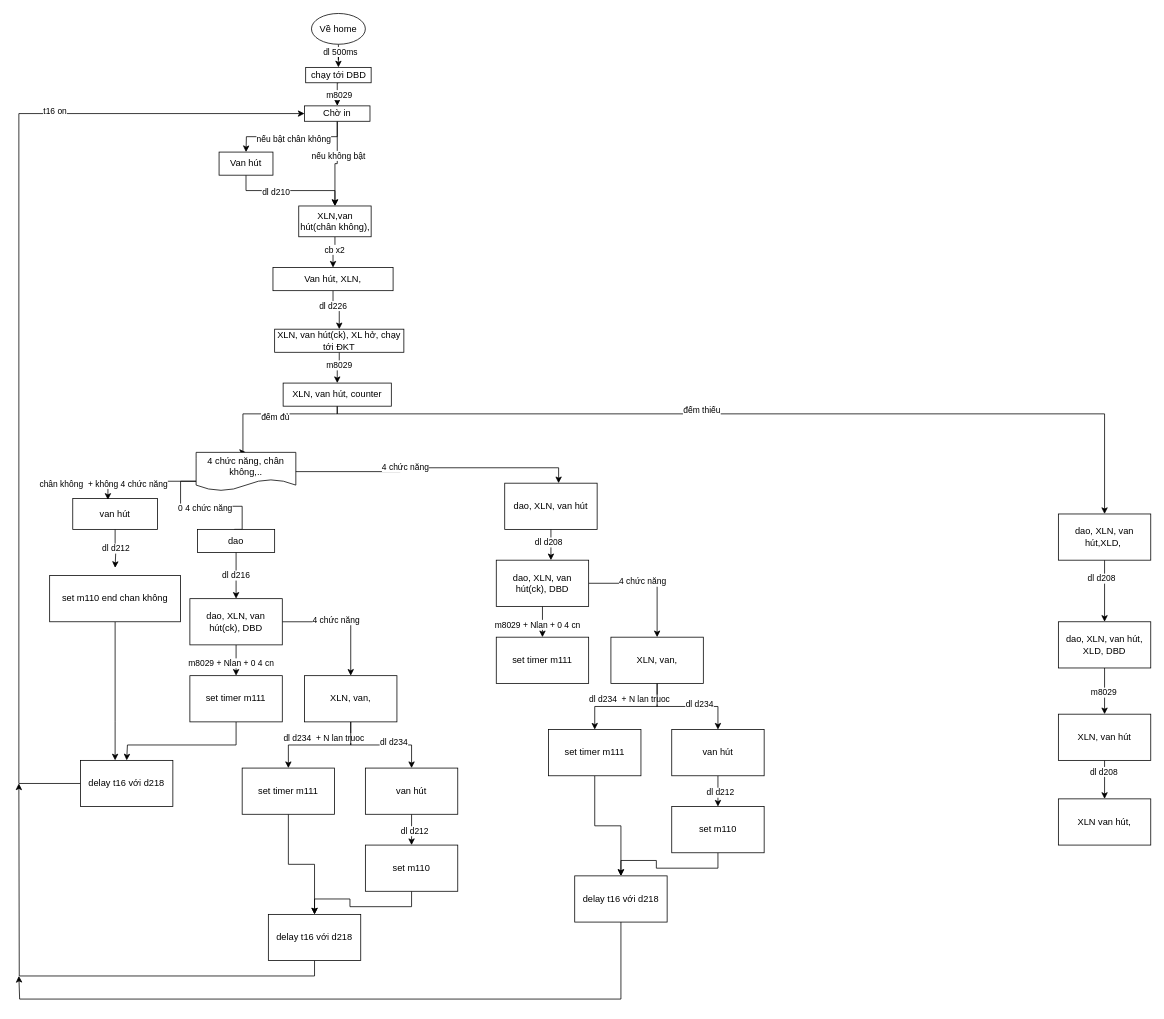
robowindgit/a0-quyencun keeps this draw.io diagram as trai muc truoc.drawio. Above is the earlier version. Source tidied: cells renumbered, new cells numbered last; positions are measured from the earlier drawing's top-left corner, leaving out a move shared by most shapes. Both pictures are drawn from the tidied source at 77%, with x=0, y=0 at pixel (18, 13).
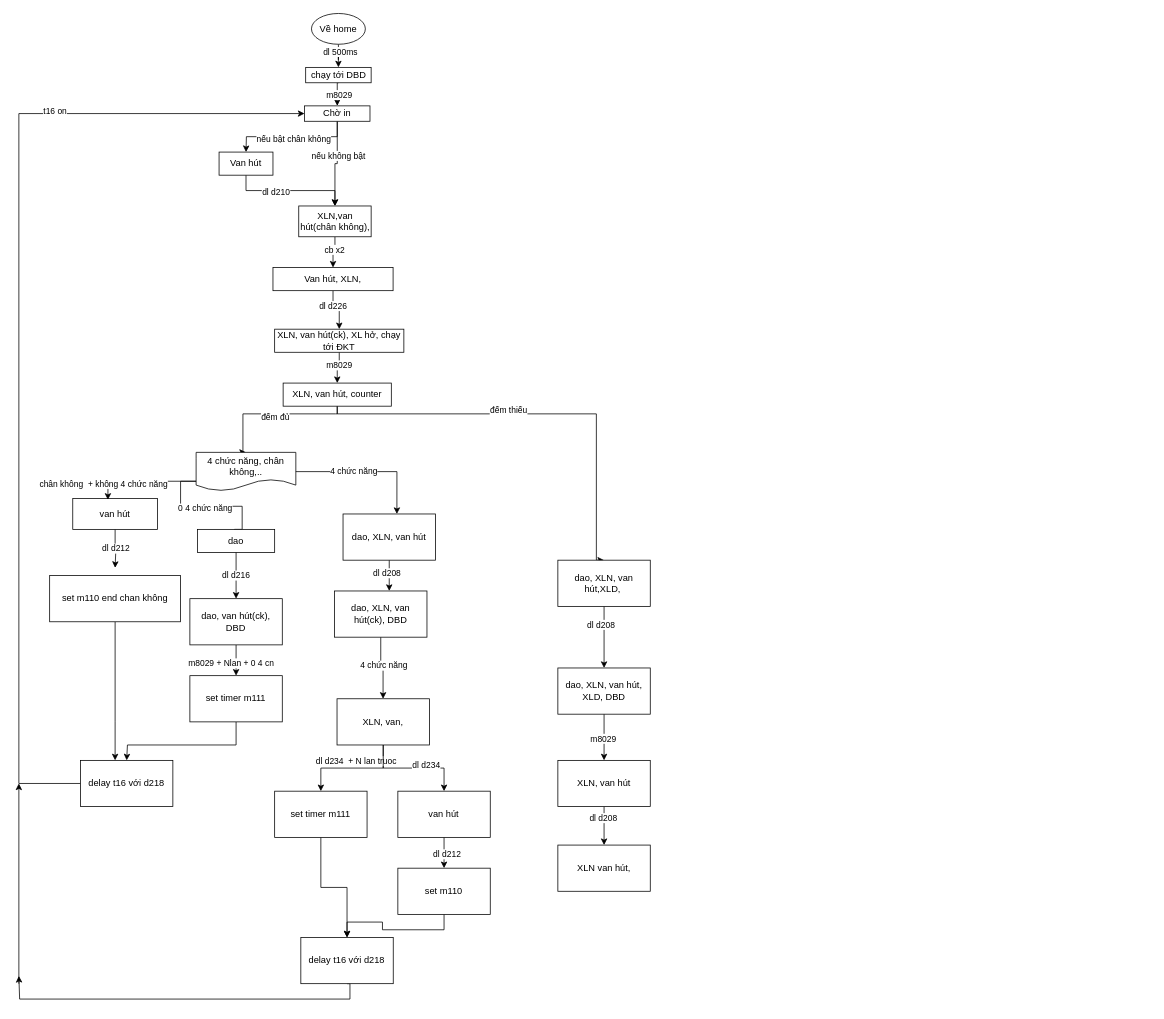
The same diagram, later.

Commit message (it also covers changes not shown here):
Cập nhật trai muc truoc.drawio

The change refers to these unchanged cells:
```xml
<mxCell id="30" value="XLN, van hút, counter" style="whiteSpace=wrap;html=1;" parent="1" vertex="1">
  <mxGeometry x="343.2" y="480" width="140.5" height="30" as="geometry" />
</mxCell>
```

What changed in the source:
```diff
@@
     <mxCell id="28" style="edgeStyle=orthogonalEdgeStyle;rounded=0;jettySize=auto;html=1;exitX=0.5;exitY=1;exitDx=0;exitDy=0;entryX=0.5;entryY=0;entryDx=0;entryDy=0;" parent="1" edge="1" source="30" target="94">
       <mxGeometry relative="1" as="geometry">
         <Array as="points">
           <mxPoint x="414" y="520" />
-          <mxPoint x="1410" y="520" />
+          <mxPoint x="750" y="520" />
+          <mxPoint x="750" y="710" />
         </Array>
       </mxGeometry>
     </mxCell>
@@
-    <mxCell id="43" style="edgeStyle=orthogonalEdgeStyle;rounded=0;jettySize=auto;html=1;exitX=1;exitY=0.5;exitDx=0;exitDy=0;" parent="1" edge="1" source="45" target="62">
-      <mxGeometry relative="1" as="geometry" />
-    </mxCell>
-    <mxCell id="44" value="4 chức năng" style="edgeLabel;html=1;align=center;verticalAlign=middle;" parent="43" vertex="1">
-      <mxGeometry x="-0.13" y="3" relative="1" as="geometry" />
-    </mxCell>
-    <mxCell id="45" value="dao, XLN, van hút(ck), DBD" style="whiteSpace=wrap;html=1;" parent="1" vertex="1">
+    <mxCell id="45" value="dao, van hút(ck), DBD" style="whiteSpace=wrap;html=1;" parent="1" vertex="1">
       <mxGeometry x="222.1" y="760" width="120" height="60" as="geometry" />
     </mxCell>
@@
     <mxCell id="53" style="edgeStyle=orthogonalEdgeStyle;rounded=0;jettySize=auto;html=1;exitX=0.5;exitY=1;exitDx=0;exitDy=0;" parent="1" edge="1" source="55">
       <mxGeometry relative="1" as="geometry">
-        <mxPoint x="691" y="710" as="targetPoint" />
+        <mxPoint x="481" y="750" as="targetPoint" />
       </mxGeometry>
     </mxCell>
@@
     <mxCell id="55" value="dao, XLN, van hút" style="whiteSpace=wrap;html=1;" parent="1" vertex="1">
-      <mxGeometry x="631" y="610" width="120" height="60" as="geometry" />
+      <mxGeometry x="421" y="650" width="120" height="60" as="geometry" />
     </mxCell>
@@
-    <mxCell id="58" style="edgeStyle=orthogonalEdgeStyle;rounded=0;jettySize=auto;html=1;exitX=0.5;exitY=1;exitDx=0;exitDy=0;entryX=0.5;entryY=0;entryDx=0;entryDy=0;" parent="1" edge="1" source="62" target="64">
-      <mxGeometry relative="1" as="geometry" />
-    </mxCell>
-    <mxCell id="59" value="dl d234&amp;nbsp; + N lan truoc" style="edgeLabel;html=1;align=center;verticalAlign=middle;" parent="58" vertex="1">
-      <mxGeometry x="-0.07" y="-10" relative="1" as="geometry" />
-    </mxCell>
-    <mxCell id="60" style="edgeStyle=orthogonalEdgeStyle;rounded=0;jettySize=auto;html=1;exitX=0.5;exitY=1;exitDx=0;exitDy=0;entryX=0.5;entryY=0;entryDx=0;entryDy=0;" parent="1" edge="1" source="62" target="67">
-      <mxGeometry relative="1" as="geometry" />
-    </mxCell>
-    <mxCell id="61" value="dl d234" style="edgeLabel;html=1;align=center;verticalAlign=middle;" parent="60" vertex="1">
-      <mxGeometry x="0.22" y="4" relative="1" as="geometry" />
-    </mxCell>
-    <mxCell id="62" value="XLN, van," style="whiteSpace=wrap;html=1;" parent="1" vertex="1">
-      <mxGeometry x="371" y="860" width="120" height="60" as="geometry" />
-    </mxCell>
-    <mxCell id="63" style="edgeStyle=orthogonalEdgeStyle;rounded=0;jettySize=auto;html=1;exitX=0.5;exitY=1;exitDx=0;exitDy=0;" parent="1" edge="1" source="64" target="71">
-      <mxGeometry relative="1" as="geometry" />
-    </mxCell>
-    <mxCell id="64" value="set timer m111" style="whiteSpace=wrap;html=1;" parent="1" vertex="1">
-      <mxGeometry x="290" y="980" width="120" height="60" as="geometry" />
-    </mxCell>
-    <mxCell id="65" style="edgeStyle=orthogonalEdgeStyle;rounded=0;jettySize=auto;html=1;exitX=0.5;exitY=1;exitDx=0;exitDy=0;entryX=0.5;entryY=0;entryDx=0;entryDy=0;" parent="1" edge="1" source="67" target="69">
-      <mxGeometry relative="1" as="geometry" />
-    </mxCell>
-    <mxCell id="66" value="dl d212" style="edgeLabel;html=1;align=center;verticalAlign=middle;" parent="65" vertex="1">
-      <mxGeometry x="0.06" y="3" relative="1" as="geometry" />
-    </mxCell>
-    <mxCell id="67" value="van hút" style="whiteSpace=wrap;html=1;" parent="1" vertex="1">
-      <mxGeometry x="450" y="980" width="120" height="60" as="geometry" />
-    </mxCell>
-    <mxCell id="68" style="edgeStyle=orthogonalEdgeStyle;rounded=0;jettySize=auto;html=1;exitX=0.5;exitY=1;exitDx=0;exitDy=0;" parent="1" edge="1" source="69" target="71">
-      <mxGeometry relative="1" as="geometry" />
-    </mxCell>
-    <mxCell id="69" value="set m110" style="whiteSpace=wrap;html=1;" parent="1" vertex="1">
-      <mxGeometry x="450" y="1080" width="120" height="60" as="geometry" />
-    </mxCell>
-    <mxCell id="70" style="edgeStyle=orthogonalEdgeStyle;rounded=0;jettySize=auto;html=1;exitX=0.5;exitY=1;exitDx=0;exitDy=0;" parent="1" edge="1" source="71">
+    <mxCell id="70" style="edgeStyle=orthogonalEdgeStyle;rounded=0;orthogonalLoop=1;jettySize=auto;html=1;" parent="1" edge="1">
       <mxGeometry relative="1" as="geometry">
+        <mxPoint y="1260" as="sourcePoint" />
         <mxPoint y="1000" as="targetPoint" />
       </mxGeometry>
     </mxCell>
-    <mxCell id="71" value="delay t16 với d218" style="whiteSpace=wrap;html=1;" parent="1" vertex="1">
-      <mxGeometry x="324" y="1170" width="120" height="60" as="geometry" />
-    </mxCell>
-    <mxCell id="72" style="edgeStyle=orthogonalEdgeStyle;rounded=0;jettySize=auto;html=1;exitX=0.5;exitY=1;exitDx=0;exitDy=0;entryX=0.5;entryY=0;entryDx=0;entryDy=0;" parent="1" edge="1" source="76" target="77">
-      <mxGeometry relative="1" as="geometry" />
-    </mxCell>
-    <mxCell id="73" value="m8029 + Nlan + 0 4 cn&lt;span style=&quot;white-space: pre;&quot;&gt;&#9;&lt;/span&gt;" style="edgeLabel;html=1;align=center;verticalAlign=middle;" parent="72" vertex="1">
-      <mxGeometry x="0.13" y="-1" relative="1" as="geometry">
-        <mxPoint x="-1" as="offset" />
-      </mxGeometry>
-    </mxCell>
-    <mxCell id="74" style="edgeStyle=orthogonalEdgeStyle;rounded=0;jettySize=auto;html=1;exitX=1;exitY=0.5;exitDx=0;exitDy=0;" parent="1" edge="1" source="76" target="82">
-      <mxGeometry relative="1" as="geometry" />
+    <mxCell id="74" style="edgeStyle=orthogonalEdgeStyle;rounded=0;jettySize=auto;html=1;exitX=0.5;exitY=1;exitDx=0;exitDy=0;" parent="1" edge="1" source="76" target="82">
+      <mxGeometry relative="1" as="geometry">
+        <Array as="points">
+          <mxPoint x="470" y="850" />
+          <mxPoint x="473" y="850" />
+        </Array>
+      </mxGeometry>
     </mxCell>
@@
     <mxCell id="76" value="dao, XLN, van hút(ck), DBD" style="whiteSpace=wrap;html=1;" parent="1" vertex="1">
-      <mxGeometry x="620" y="710" width="120" height="60" as="geometry" />
+      <mxGeometry x="410" y="750" width="120" height="60" as="geometry" />
     </mxCell>
-    <mxCell id="77" value="set timer m111" style="whiteSpace=wrap;html=1;" parent="1" vertex="1">
-      <mxGeometry x="620" y="810" width="120" height="60" as="geometry" />
-    </mxCell>
@@
     <mxCell id="82" value="XLN, van," style="whiteSpace=wrap;html=1;" parent="1" vertex="1">
-      <mxGeometry x="768.9" y="810" width="120" height="60" as="geometry" />
+      <mxGeometry x="413.2" y="890" width="120" height="60" as="geometry" />
     </mxCell>
@@
     <mxCell id="84" value="set timer m111" style="whiteSpace=wrap;html=1;" parent="1" vertex="1">
-      <mxGeometry x="687.9" y="930" width="120" height="60" as="geometry" />
+      <mxGeometry x="332.2" y="1010" width="120" height="60" as="geometry" />
     </mxCell>
@@
     <mxCell id="87" value="van hút" style="whiteSpace=wrap;html=1;" parent="1" vertex="1">
-      <mxGeometry x="847.9" y="930" width="120" height="60" as="geometry" />
+      <mxGeometry x="492.2" y="1010" width="120" height="60" as="geometry" />
     </mxCell>
@@
     <mxCell id="89" value="set m110" style="whiteSpace=wrap;html=1;" parent="1" vertex="1">
-      <mxGeometry x="847.9" y="1030" width="120" height="60" as="geometry" />
+      <mxGeometry x="492.2" y="1110" width="120" height="60" as="geometry" />
     </mxCell>
     <mxCell id="90" style="edgeStyle=orthogonalEdgeStyle;rounded=0;jettySize=auto;html=1;exitX=0.5;exitY=1;exitDx=0;exitDy=0;" parent="1" edge="1" source="91">
       <mxGeometry relative="1" as="geometry">
         <mxPoint y="1250" as="targetPoint" />
         <Array as="points">
-          <mxPoint x="782" y="1280" />
+          <mxPoint x="430" y="1260" />
+          <mxPoint x="430" y="1280" />
           <mxPoint x="1" y="1280" />
           <mxPoint x="1" y="1250" />
         </Array>
       </mxGeometry>
     </mxCell>
     <mxCell id="91" value="delay t16 với d218" style="whiteSpace=wrap;html=1;" parent="1" vertex="1">
-      <mxGeometry x="721.9" y="1120" width="120" height="60" as="geometry" />
+      <mxGeometry x="366.2" y="1200" width="120" height="60" as="geometry" />
     </mxCell>
@@
     <mxCell id="94" value="dao, XLN, van hút,XLD,&amp;nbsp;" style="whiteSpace=wrap;html=1;" parent="1" vertex="1">
-      <mxGeometry x="1350" y="650" width="120" height="60" as="geometry" />
+      <mxGeometry x="700" y="710" width="120" height="60" as="geometry" />
     </mxCell>
@@
     <mxCell id="97" value="dao, XLN, van hút, XLD, DBD" style="whiteSpace=wrap;html=1;" parent="1" vertex="1">
-      <mxGeometry x="1350" y="790" width="120" height="60" as="geometry" />
+      <mxGeometry x="700" y="850" width="120" height="60" as="geometry" />
     </mxCell>
@@
     <mxCell id="100" value="XLN, van hút" style="whiteSpace=wrap;html=1;" parent="1" vertex="1">
-      <mxGeometry x="1350" y="910" width="120" height="60" as="geometry" />
+      <mxGeometry x="700" y="970" width="120" height="60" as="geometry" />
     </mxCell>
     <mxCell id="101" value="XLN van hút," style="whiteSpace=wrap;html=1;" parent="1" vertex="1">
-      <mxGeometry x="1350" y="1020" width="120" height="60" as="geometry" />
+      <mxGeometry x="700" y="1080" width="120" height="60" as="geometry" />
     </mxCell>
```
